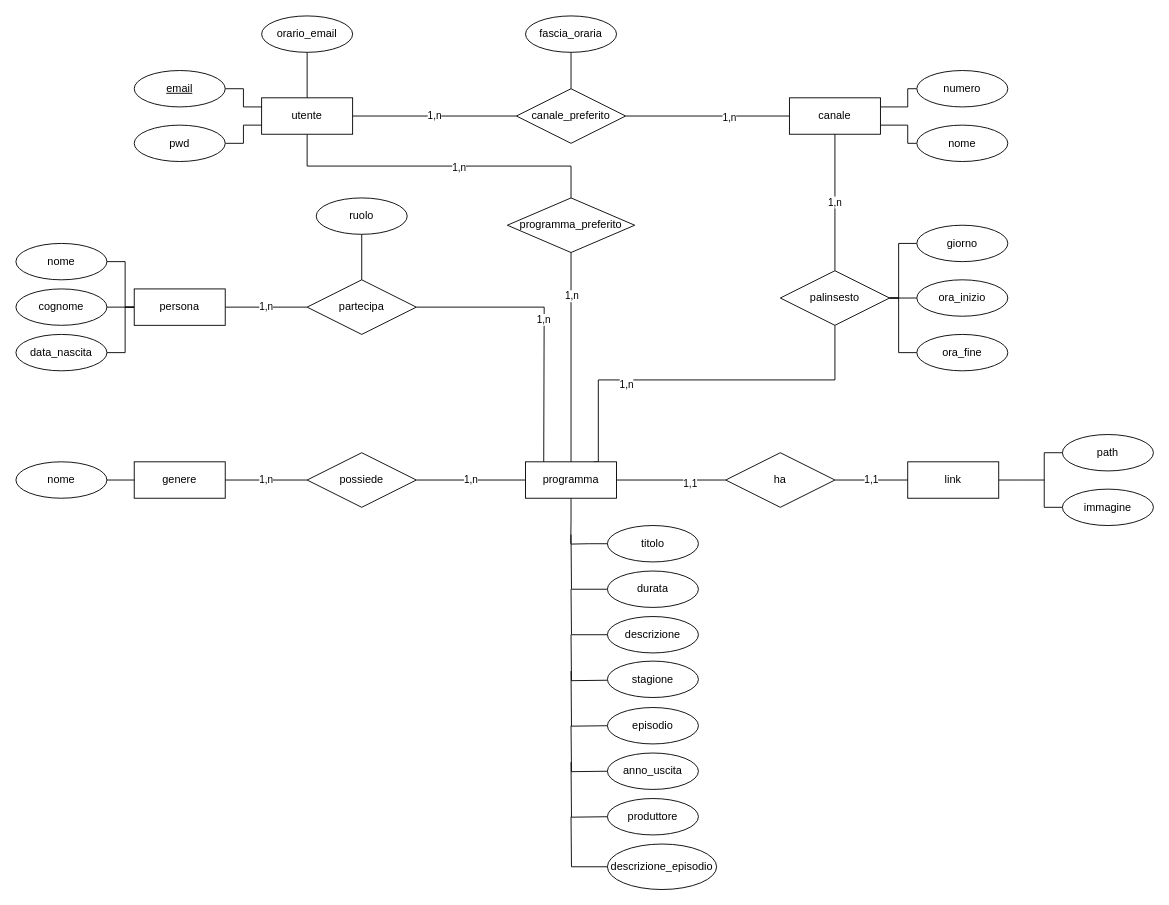
Caprielos/Lbd keeps this draw.io diagram as page "Ristr" (2 of 2) of Doc/Er_Definitivo.drawio. Above is the earlier version. Source tidied: cells renumbered, new cells numbered last; positions are measured from the earlier drawing's top-left corner, leaving out a move shared by most shapes. Both pictures are drawn from the tidied source at 91%, with x=0, y=0 at pixel (15, 15).
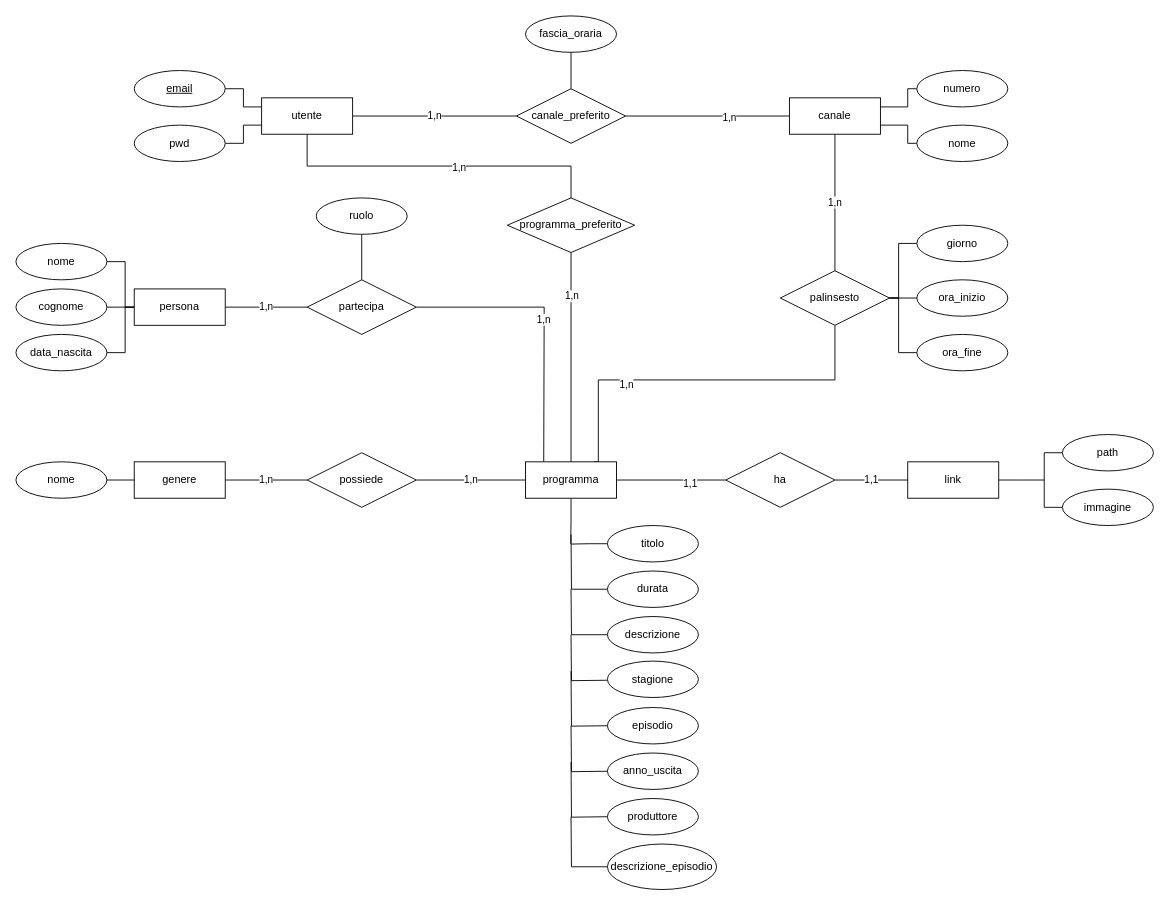
The same page after the edit.

The edit, as a diff of the source:
```diff
@@
-    <mxCell id="78" style="edgeStyle=orthogonalEdgeStyle;rounded=0;jettySize=auto;html=1;endArrow=none;endFill=0;" parent="1" edge="1" source="79">
-      <mxGeometry relative="1" as="geometry">
-        <mxPoint x="320" y="90" as="targetPoint" />
-      </mxGeometry>
-    </mxCell>
-    <mxCell id="79" value="orario_email" style="ellipse;whiteSpace=wrap;html=1;align=center;" parent="1" vertex="1">
-      <mxGeometry x="270" width="100" height="40" as="geometry" />
-    </mxCell>
```
